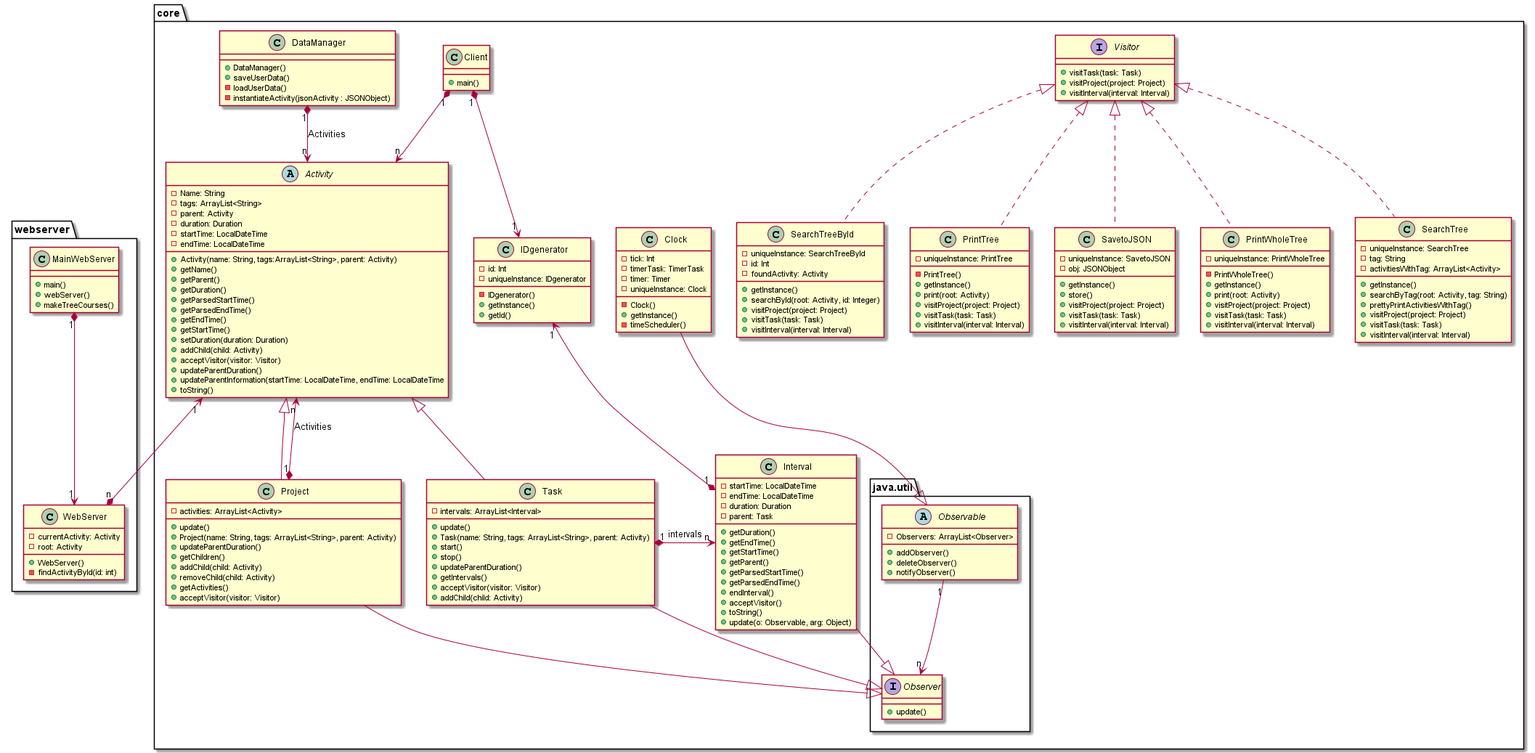
This is Time_Tracker/DSTimeTracker.png from quimcamprubi/DS_Time_Tracker, a PlantUML export, as it was before one commit.
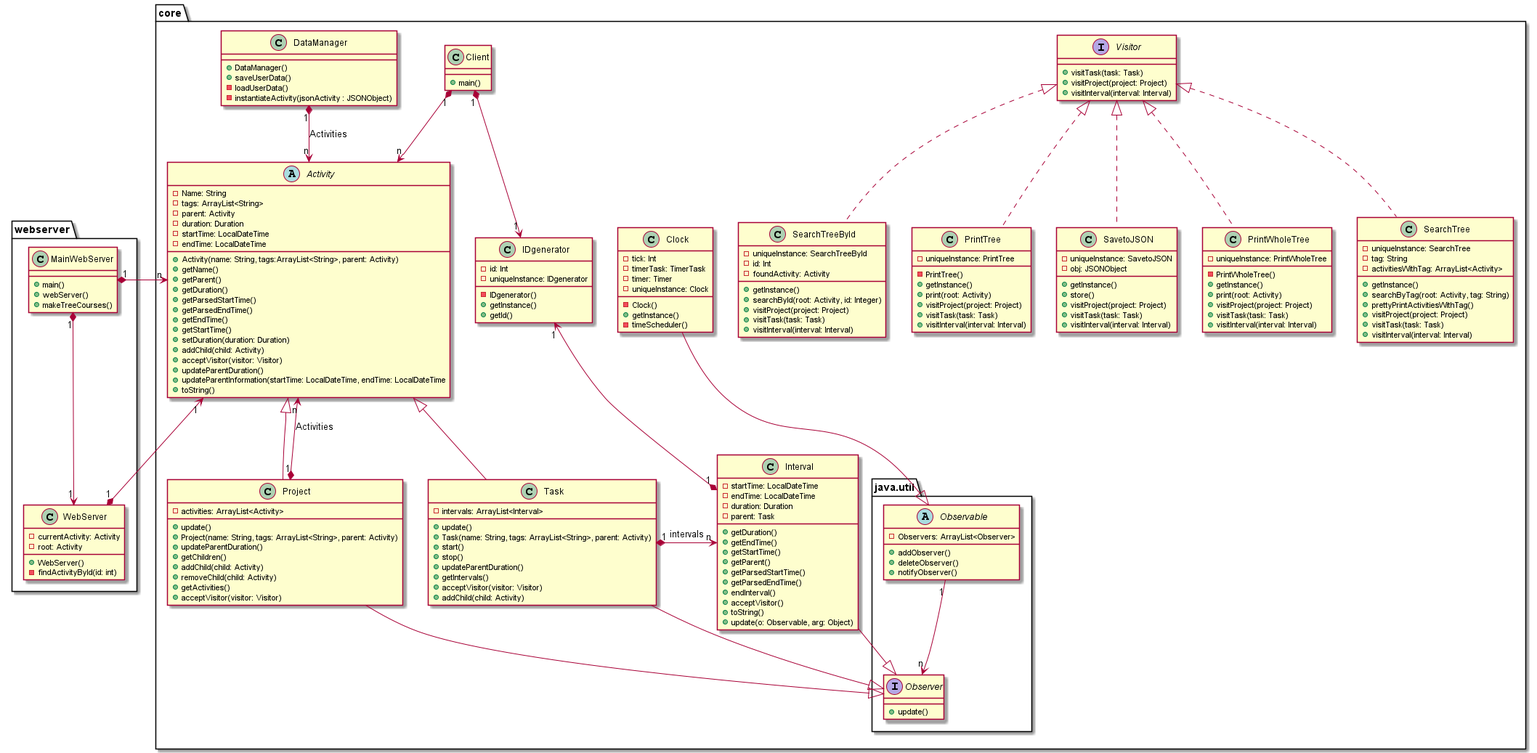
After the commit.

The edit, as a diff of the source:
```diff
@@ -207,7 +207,8 @@
 SearchTree .up.|> Visitor
 
 MainWebServer "1" *-down-> "1" WebServer
-WebServer "n" *-up-> "1" Activity
+WebServer "1" *-up-> "1" Activity
+MainWebServer "1" *-down-> "n" Activity
 
 
 
```
